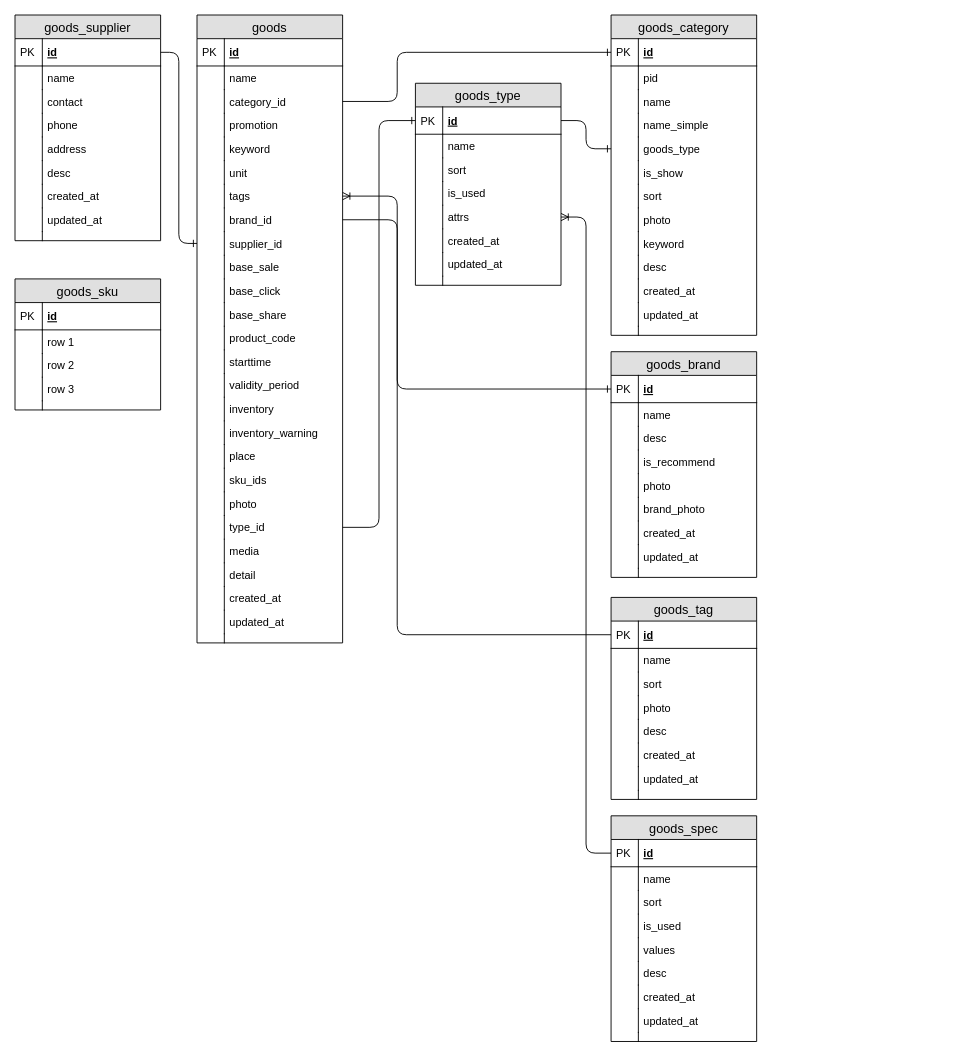
This is 个人开源电商/littlemall_serivce_sql.drawio from wurh/myDesignDoc, a draw.io file, before an edit. Source tidied: cells renumbered, new cells numbered last; positions are measured from the earlier drawing's top-left corner, leaving out a move shared by most shapes. Both pictures are drawn from the tidied source at 91%, with x=0, y=0 at pixel (15, 15).
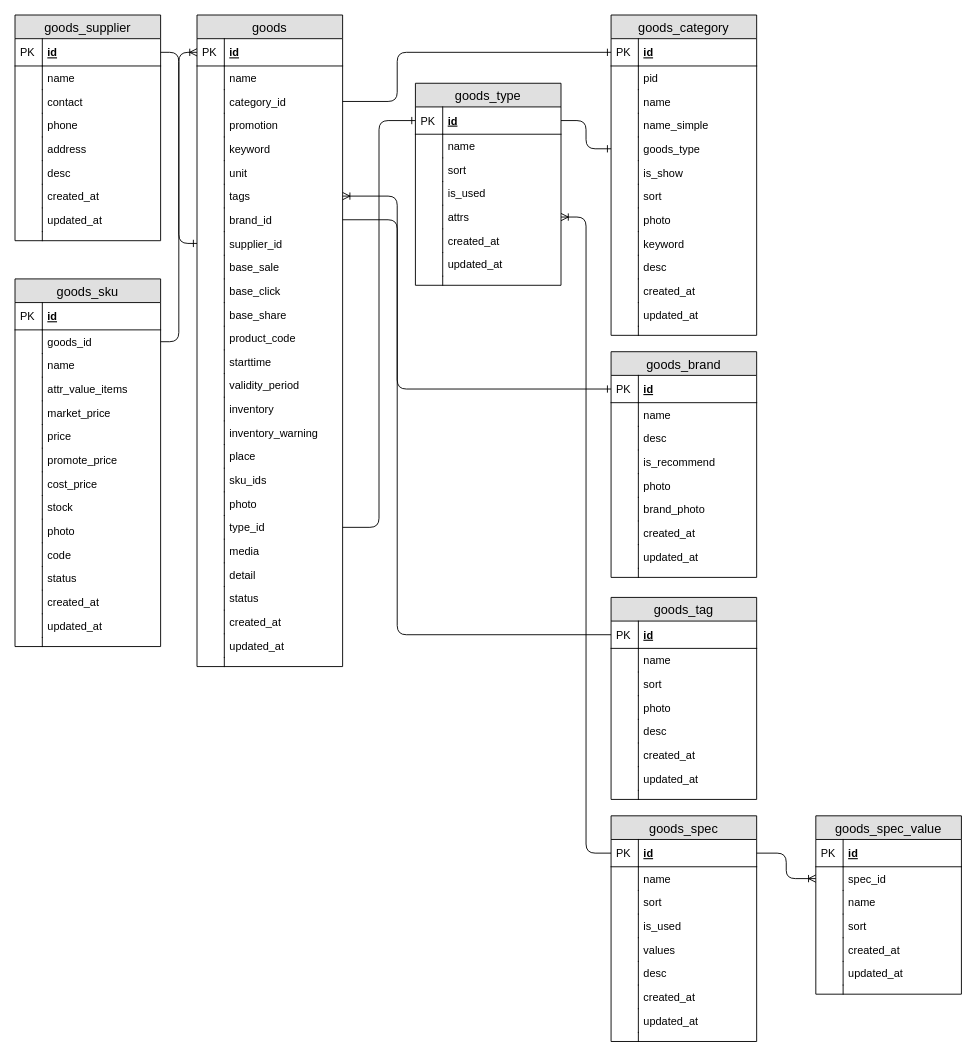
After the change.

Unchanged cells that the change refers to:
```xml
<mxCell id="66" value="id" style="shape=partialRectangle;top=0;left=0;right=0;bottom=1;align=left;verticalAlign=middle;fillColor=none;spacingLeft=34;spacingRight=4;overflow=hidden;points=[[0,0.5],[1,0.5]];portConstraint=eastwest;fontStyle=5;fontSize=12;" parent="65" vertex="1">
  <mxGeometry y="26" width="160" height="30" as="geometry" />
</mxCell>
<mxCell id="103" value="id" style="shape=partialRectangle;top=0;left=0;right=0;bottom=1;align=left;verticalAlign=middle;fillColor=none;spacingLeft=34;spacingRight=4;overflow=hidden;points=[[0,0.5],[1,0.5]];portConstraint=eastwest;fontStyle=5;fontSize=12;" parent="102" vertex="1">
  <mxGeometry y="26" width="160" height="30" as="geometry" />
</mxCell>
```

The edit, as a diff of the source:
```diff
@@
     <mxCell id="102" value="goods" style="swimlane;fontStyle=0;horizontal=1;startSize=26;fillColor=#e0e0e0;swimlaneFillColor=#ffffff;align=center;fontSize=14;" parent="1" vertex="1">
-      <mxGeometry x="200" width="160" height="690" as="geometry" />
+      <mxGeometry x="200" width="160" height="716" as="geometry" />
     </mxCell>
@@
+    <mxCell id="191" value="detail" style="shape=partialRectangle;top=0;left=0;right=0;bottom=0;align=left;verticalAlign=top;fillColor=none;spacingLeft=34;spacingRight=4;overflow=hidden;fontSize=12;" parent="102" vertex="1">
+      <mxGeometry y="602" width="160" height="26" as="geometry" />
+    </mxCell>
+    <mxCell id="192" style="shape=partialRectangle;top=0;left=0;bottom=0;fillColor=none;align=left;verticalAlign=top;spacingLeft=4;spacingRight=4;overflow=hidden;fontSize=12;" parent="191" vertex="1">
+      <mxGeometry width="30" height="26" as="geometry" />
+    </mxCell>
-    <mxCell id="147" value="detail" style="shape=partialRectangle;top=0;left=0;right=0;bottom=0;align=left;verticalAlign=top;fillColor=none;spacingLeft=34;spacingRight=4;overflow=hidden;fontSize=12;" parent="102" vertex="1">
-      <mxGeometry y="602" width="160" height="26" as="geometry" />
+    <mxCell id="147" value="status" style="shape=partialRectangle;top=0;left=0;right=0;bottom=0;align=left;verticalAlign=top;fillColor=none;spacingLeft=34;spacingRight=4;overflow=hidden;fontSize=12;" parent="102" vertex="1">
+      <mxGeometry y="628" width="160" height="26" as="geometry" />
     </mxCell>
@@
     <mxCell id="149" value="created_at" style="shape=partialRectangle;top=0;left=0;right=0;bottom=0;align=left;verticalAlign=top;fillColor=none;spacingLeft=34;spacingRight=4;overflow=hidden;fontSize=12;" parent="102" vertex="1">
-      <mxGeometry y="628" width="160" height="26" as="geometry" />
+      <mxGeometry y="654" width="160" height="26" as="geometry" />
     </mxCell>
@@
     <mxCell id="151" value="updated_at" style="shape=partialRectangle;top=0;left=0;right=0;bottom=0;align=left;verticalAlign=top;fillColor=none;spacingLeft=34;spacingRight=4;overflow=hidden;fontSize=12;" parent="102" vertex="1">
-      <mxGeometry y="654" width="160" height="26" as="geometry" />
+      <mxGeometry y="680" width="160" height="26" as="geometry" />
     </mxCell>
@@
     <mxCell id="153" style="shape=partialRectangle;top=0;left=0;right=0;bottom=0;align=left;verticalAlign=top;fillColor=none;spacingLeft=34;spacingRight=4;overflow=hidden;fontSize=12;" parent="102" vertex="1">
-      <mxGeometry y="680" width="160" height="10" as="geometry" />
+      <mxGeometry y="706" width="160" height="10" as="geometry" />
     </mxCell>
@@
     <mxCell id="180" value="goods_sku" style="swimlane;fontStyle=0;horizontal=1;startSize=26;fillColor=#e0e0e0;swimlaneFillColor=#ffffff;align=center;fontSize=14;" parent="1" vertex="1">
-      <mxGeometry y="290" width="160" height="144" as="geometry" />
+      <mxGeometry y="290" width="160" height="404" as="geometry" />
     </mxCell>
@@
-    <mxCell id="183" value="row 1" style="shape=partialRectangle;top=0;left=0;right=0;bottom=0;align=left;verticalAlign=top;fillColor=none;spacingLeft=34;spacingRight=4;overflow=hidden;points=[[0,0.5],[1,0.5]];portConstraint=eastwest;fontSize=12;" parent="180" vertex="1">
+    <mxCell id="183" value="goods_id" style="shape=partialRectangle;top=0;left=0;right=0;bottom=0;align=left;verticalAlign=top;fillColor=none;spacingLeft=34;spacingRight=4;overflow=hidden;points=[[0,0.5],[1,0.5]];portConstraint=eastwest;fontSize=12;" parent="180" vertex="1">
       <mxGeometry y="56" width="160" height="26" as="geometry" />
     </mxCell>
@@
-    <mxCell id="185" value="row 2" style="shape=partialRectangle;top=0;left=0;right=0;bottom=0;align=left;verticalAlign=top;fillColor=none;spacingLeft=34;spacingRight=4;overflow=hidden;fontSize=12;" parent="180" vertex="1">
-      <mxGeometry y="82" width="160" height="26" as="geometry" />
-    </mxCell>
-    <mxCell id="186" style="shape=partialRectangle;top=0;left=0;bottom=0;fillColor=none;align=left;verticalAlign=top;spacingLeft=4;spacingRight=4;overflow=hidden;fontSize=12;" parent="185" vertex="1">
-      <mxGeometry width="30" height="26" as="geometry" />
-    </mxCell>
-    <mxCell id="187" value="row 3" style="shape=partialRectangle;top=0;left=0;right=0;bottom=0;align=left;verticalAlign=top;fillColor=none;spacingLeft=34;spacingRight=4;overflow=hidden;fontSize=12;" parent="180" vertex="1">
-      <mxGeometry y="108" width="160" height="26" as="geometry" />
-    </mxCell>
-    <mxCell id="188" style="shape=partialRectangle;top=0;left=0;bottom=0;fillColor=none;align=left;verticalAlign=top;spacingLeft=4;spacingRight=4;overflow=hidden;fontSize=12;" parent="187" vertex="1">
-      <mxGeometry width="30" height="26" as="geometry" />
-    </mxCell>
+    <mxCell id="193" value="name" style="shape=partialRectangle;top=0;left=0;right=0;bottom=0;align=left;verticalAlign=top;fillColor=none;spacingLeft=34;spacingRight=4;overflow=hidden;fontSize=12;" parent="180" vertex="1">
+      <mxGeometry y="82" width="160" height="26" as="geometry" />
+    </mxCell>
+    <mxCell id="194" style="shape=partialRectangle;top=0;left=0;bottom=0;fillColor=none;align=left;verticalAlign=top;spacingLeft=4;spacingRight=4;overflow=hidden;fontSize=12;" parent="193" vertex="1">
+      <mxGeometry width="30" height="26" as="geometry" />
+    </mxCell>
+    <mxCell id="195" value="attr_value_items" style="shape=partialRectangle;top=0;left=0;right=0;bottom=0;align=left;verticalAlign=top;fillColor=none;spacingLeft=34;spacingRight=4;overflow=hidden;fontSize=12;" parent="180" vertex="1">
+      <mxGeometry y="108" width="160" height="26" as="geometry" />
+    </mxCell>
+    <mxCell id="196" style="shape=partialRectangle;top=0;left=0;bottom=0;fillColor=none;align=left;verticalAlign=top;spacingLeft=4;spacingRight=4;overflow=hidden;fontSize=12;" parent="195" vertex="1">
+      <mxGeometry width="30" height="26" as="geometry" />
+    </mxCell>
+    <mxCell id="197" value="market_price" style="shape=partialRectangle;top=0;left=0;right=0;bottom=0;align=left;verticalAlign=top;fillColor=none;spacingLeft=34;spacingRight=4;overflow=hidden;fontSize=12;" parent="180" vertex="1">
+      <mxGeometry y="134" width="160" height="26" as="geometry" />
+    </mxCell>
+    <mxCell id="198" style="shape=partialRectangle;top=0;left=0;bottom=0;fillColor=none;align=left;verticalAlign=top;spacingLeft=4;spacingRight=4;overflow=hidden;fontSize=12;" parent="197" vertex="1">
+      <mxGeometry width="30" height="26" as="geometry" />
+    </mxCell>
+    <mxCell id="199" value="price" style="shape=partialRectangle;top=0;left=0;right=0;bottom=0;align=left;verticalAlign=top;fillColor=none;spacingLeft=34;spacingRight=4;overflow=hidden;fontSize=12;" parent="180" vertex="1">
+      <mxGeometry y="160" width="160" height="26" as="geometry" />
+    </mxCell>
+    <mxCell id="200" style="shape=partialRectangle;top=0;left=0;bottom=0;fillColor=none;align=left;verticalAlign=top;spacingLeft=4;spacingRight=4;overflow=hidden;fontSize=12;" parent="199" vertex="1">
+      <mxGeometry width="30" height="26" as="geometry" />
+    </mxCell>
+    <mxCell id="201" value="promote_price" style="shape=partialRectangle;top=0;left=0;right=0;bottom=0;align=left;verticalAlign=top;fillColor=none;spacingLeft=34;spacingRight=4;overflow=hidden;fontSize=12;" parent="180" vertex="1">
+      <mxGeometry y="186" width="160" height="26" as="geometry" />
+    </mxCell>
+    <mxCell id="202" style="shape=partialRectangle;top=0;left=0;bottom=0;fillColor=none;align=left;verticalAlign=top;spacingLeft=4;spacingRight=4;overflow=hidden;fontSize=12;" parent="201" vertex="1">
+      <mxGeometry width="30" height="26" as="geometry" />
+    </mxCell>
+    <mxCell id="203" value="cost_price" style="shape=partialRectangle;top=0;left=0;right=0;bottom=0;align=left;verticalAlign=top;fillColor=none;spacingLeft=34;spacingRight=4;overflow=hidden;fontSize=12;" parent="180" vertex="1">
+      <mxGeometry y="212" width="160" height="26" as="geometry" />
+    </mxCell>
+    <mxCell id="204" style="shape=partialRectangle;top=0;left=0;bottom=0;fillColor=none;align=left;verticalAlign=top;spacingLeft=4;spacingRight=4;overflow=hidden;fontSize=12;" parent="203" vertex="1">
+      <mxGeometry width="30" height="26" as="geometry" />
+    </mxCell>
+    <mxCell id="205" value="stock" style="shape=partialRectangle;top=0;left=0;right=0;bottom=0;align=left;verticalAlign=top;fillColor=none;spacingLeft=34;spacingRight=4;overflow=hidden;fontSize=12;" parent="180" vertex="1">
+      <mxGeometry y="238" width="160" height="26" as="geometry" />
+    </mxCell>
+    <mxCell id="206" style="shape=partialRectangle;top=0;left=0;bottom=0;fillColor=none;align=left;verticalAlign=top;spacingLeft=4;spacingRight=4;overflow=hidden;fontSize=12;" parent="205" vertex="1">
+      <mxGeometry width="30" height="26" as="geometry" />
+    </mxCell>
+    <mxCell id="207" value="photo" style="shape=partialRectangle;top=0;left=0;right=0;bottom=0;align=left;verticalAlign=top;fillColor=none;spacingLeft=34;spacingRight=4;overflow=hidden;fontSize=12;" parent="180" vertex="1">
+      <mxGeometry y="264" width="160" height="26" as="geometry" />
+    </mxCell>
+    <mxCell id="208" style="shape=partialRectangle;top=0;left=0;bottom=0;fillColor=none;align=left;verticalAlign=top;spacingLeft=4;spacingRight=4;overflow=hidden;fontSize=12;" parent="207" vertex="1">
+      <mxGeometry width="30" height="26" as="geometry" />
+    </mxCell>
+    <mxCell id="209" value="code" style="shape=partialRectangle;top=0;left=0;right=0;bottom=0;align=left;verticalAlign=top;fillColor=none;spacingLeft=34;spacingRight=4;overflow=hidden;fontSize=12;" parent="180" vertex="1">
+      <mxGeometry y="290" width="160" height="26" as="geometry" />
+    </mxCell>
+    <mxCell id="210" style="shape=partialRectangle;top=0;left=0;bottom=0;fillColor=none;align=left;verticalAlign=top;spacingLeft=4;spacingRight=4;overflow=hidden;fontSize=12;" parent="209" vertex="1">
+      <mxGeometry width="30" height="26" as="geometry" />
+    </mxCell>
+    <mxCell id="211" value="status" style="shape=partialRectangle;top=0;left=0;right=0;bottom=0;align=left;verticalAlign=top;fillColor=none;spacingLeft=34;spacingRight=4;overflow=hidden;fontSize=12;" parent="180" vertex="1">
+      <mxGeometry y="316" width="160" height="26" as="geometry" />
+    </mxCell>
+    <mxCell id="212" style="shape=partialRectangle;top=0;left=0;bottom=0;fillColor=none;align=left;verticalAlign=top;spacingLeft=4;spacingRight=4;overflow=hidden;fontSize=12;" parent="211" vertex="1">
+      <mxGeometry width="30" height="26" as="geometry" />
+    </mxCell>
+    <mxCell id="213" value="created_at" style="shape=partialRectangle;top=0;left=0;right=0;bottom=0;align=left;verticalAlign=top;fillColor=none;spacingLeft=34;spacingRight=4;overflow=hidden;fontSize=12;" parent="180" vertex="1">
+      <mxGeometry y="342" width="160" height="26" as="geometry" />
+    </mxCell>
+    <mxCell id="214" style="shape=partialRectangle;top=0;left=0;bottom=0;fillColor=none;align=left;verticalAlign=top;spacingLeft=4;spacingRight=4;overflow=hidden;fontSize=12;" parent="213" vertex="1">
+      <mxGeometry width="30" height="26" as="geometry" />
+    </mxCell>
+    <mxCell id="215" value="updated_at" style="shape=partialRectangle;top=0;left=0;right=0;bottom=0;align=left;verticalAlign=top;fillColor=none;spacingLeft=34;spacingRight=4;overflow=hidden;fontSize=12;" parent="180" vertex="1">
+      <mxGeometry y="368" width="160" height="26" as="geometry" />
+    </mxCell>
+    <mxCell id="216" style="shape=partialRectangle;top=0;left=0;bottom=0;fillColor=none;align=left;verticalAlign=top;spacingLeft=4;spacingRight=4;overflow=hidden;fontSize=12;" parent="215" vertex="1">
+      <mxGeometry width="30" height="26" as="geometry" />
+    </mxCell>
     <mxCell id="189" style="shape=partialRectangle;top=0;left=0;right=0;bottom=0;align=left;verticalAlign=top;fillColor=none;spacingLeft=34;spacingRight=4;overflow=hidden;fontSize=12;" parent="180" vertex="1">
-      <mxGeometry y="134" width="160" height="10" as="geometry" />
+      <mxGeometry y="394" width="160" height="10" as="geometry" />
     </mxCell>
@@
+    <mxCell id="217" value="goods_spec_value" style="swimlane;fontStyle=0;horizontal=1;startSize=26;fillColor=#e0e0e0;swimlaneFillColor=#ffffff;align=center;fontSize=14;" parent="1" vertex="1">
+      <mxGeometry x="880" y="880" width="160" height="196" as="geometry" />
+    </mxCell>
+    <mxCell id="218" value="id" style="shape=partialRectangle;top=0;left=0;right=0;bottom=1;align=left;verticalAlign=middle;fillColor=none;spacingLeft=34;spacingRight=4;overflow=hidden;fontStyle=5;fontSize=12;" parent="217" vertex="1">
+      <mxGeometry y="26" width="160" height="30" as="geometry" />
+    </mxCell>
+    <mxCell id="219" value="PK" style="shape=partialRectangle;top=0;left=0;bottom=0;fillColor=none;align=left;verticalAlign=middle;spacingLeft=4;spacingRight=4;overflow=hidden;fontSize=12;" parent="218" vertex="1">
+      <mxGeometry width="30" height="30" as="geometry" />
+    </mxCell>
+    <mxCell id="220" value="spec_id" style="shape=partialRectangle;top=0;left=0;right=0;bottom=0;align=left;verticalAlign=top;fillColor=none;spacingLeft=34;spacingRight=4;overflow=hidden;points=[[0,0.5],[1,0.5]];portConstraint=eastwest;fontSize=12;" parent="217" vertex="1">
+      <mxGeometry y="56" width="160" height="26" as="geometry" />
+    </mxCell>
+    <mxCell id="221" style="shape=partialRectangle;top=0;left=0;bottom=0;fillColor=none;align=left;verticalAlign=top;spacingLeft=4;spacingRight=4;overflow=hidden;fontSize=12;" parent="220" vertex="1">
+      <mxGeometry width="30" height="26" as="geometry" />
+    </mxCell>
+    <mxCell id="222" value="name" style="shape=partialRectangle;top=0;left=0;right=0;bottom=0;align=left;verticalAlign=top;fillColor=none;spacingLeft=34;spacingRight=4;overflow=hidden;fontSize=12;" parent="217" vertex="1">
+      <mxGeometry y="82" width="160" height="26" as="geometry" />
+    </mxCell>
+    <mxCell id="223" style="shape=partialRectangle;top=0;left=0;bottom=0;fillColor=none;align=left;verticalAlign=top;spacingLeft=4;spacingRight=4;overflow=hidden;fontSize=12;" parent="222" vertex="1">
+      <mxGeometry width="30" height="26" as="geometry" />
+    </mxCell>
+    <mxCell id="224" value="sort" style="shape=partialRectangle;top=0;left=0;right=0;bottom=0;align=left;verticalAlign=top;fillColor=none;spacingLeft=34;spacingRight=4;overflow=hidden;fontSize=12;" parent="217" vertex="1">
+      <mxGeometry y="108" width="160" height="26" as="geometry" />
+    </mxCell>
+    <mxCell id="225" style="shape=partialRectangle;top=0;left=0;bottom=0;fillColor=none;align=left;verticalAlign=top;spacingLeft=4;spacingRight=4;overflow=hidden;fontSize=12;" parent="224" vertex="1">
+      <mxGeometry width="30" height="26" as="geometry" />
+    </mxCell>
+    <mxCell id="226" value="created_at" style="shape=partialRectangle;top=0;left=0;right=0;bottom=0;align=left;verticalAlign=top;fillColor=none;spacingLeft=34;spacingRight=4;overflow=hidden;fontSize=12;" parent="217" vertex="1">
+      <mxGeometry y="134" width="160" height="26" as="geometry" />
+    </mxCell>
+    <mxCell id="227" style="shape=partialRectangle;top=0;left=0;bottom=0;fillColor=none;align=left;verticalAlign=top;spacingLeft=4;spacingRight=4;overflow=hidden;fontSize=12;" parent="226" vertex="1">
+      <mxGeometry width="30" height="26" as="geometry" />
+    </mxCell>
+    <mxCell id="228" value="updated_at" style="shape=partialRectangle;top=0;left=0;right=0;bottom=0;align=left;verticalAlign=top;fillColor=none;spacingLeft=34;spacingRight=4;overflow=hidden;fontSize=12;" parent="217" vertex="1">
+      <mxGeometry y="160" width="160" height="26" as="geometry" />
+    </mxCell>
+    <mxCell id="229" style="shape=partialRectangle;top=0;left=0;bottom=0;fillColor=none;align=left;verticalAlign=top;spacingLeft=4;spacingRight=4;overflow=hidden;fontSize=12;" parent="228" vertex="1">
+      <mxGeometry width="30" height="26" as="geometry" />
+    </mxCell>
+    <mxCell id="230" style="shape=partialRectangle;top=0;left=0;right=0;bottom=0;align=left;verticalAlign=top;fillColor=none;spacingLeft=34;spacingRight=4;overflow=hidden;fontSize=12;" parent="217" vertex="1">
+      <mxGeometry y="186" width="160" height="10" as="geometry" />
+    </mxCell>
+    <mxCell id="231" style="shape=partialRectangle;top=0;left=0;bottom=0;fillColor=none;align=left;verticalAlign=top;spacingLeft=4;spacingRight=4;overflow=hidden;fontSize=12;" parent="230" vertex="1">
+      <mxGeometry width="30" height="10" as="geometry" />
+    </mxCell>
+    <mxCell id="232" style="edgeStyle=orthogonalEdgeStyle;fontSize=12;html=1;endArrow=ERoneToMany;entryX=0;entryY=0.5;entryDx=0;entryDy=0;" parent="1" edge="1" source="66" target="220">
+      <mxGeometry relative="1" as="geometry" />
+    </mxCell>
+    <mxCell id="233" style="edgeStyle=orthogonalEdgeStyle;fontSize=12;html=1;endArrow=ERoneToMany;exitX=1;exitY=0.5;exitDx=0;exitDy=0;" parent="1" edge="1" source="183" target="103">
+      <mxGeometry relative="1" as="geometry" />
+    </mxCell>
```
